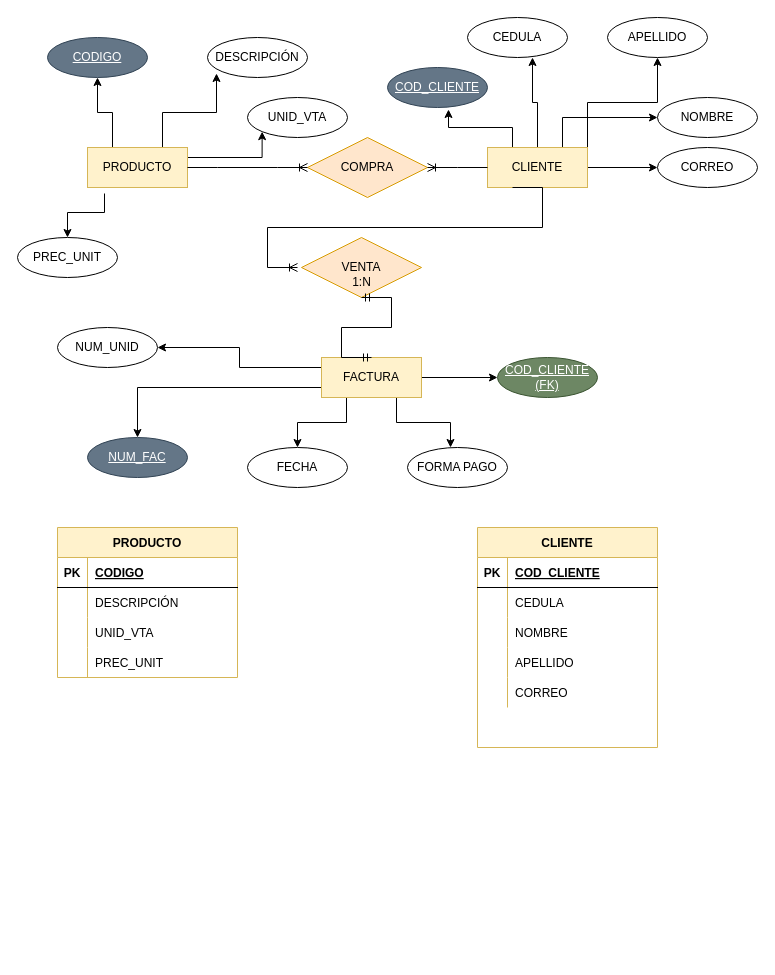
AOlmosPilares/Base-de-Datos keeps this draw.io diagram as Micromercado.drawio. Above is the earlier version. Source tidied: cells renumbered, new cells numbered last; positions are measured from the earlier drawing's top-left corner, leaving out a move shared by most shapes. Both pictures are drawn from the tidied source at 100%, with x=0, y=0 at pixel (17, 17).
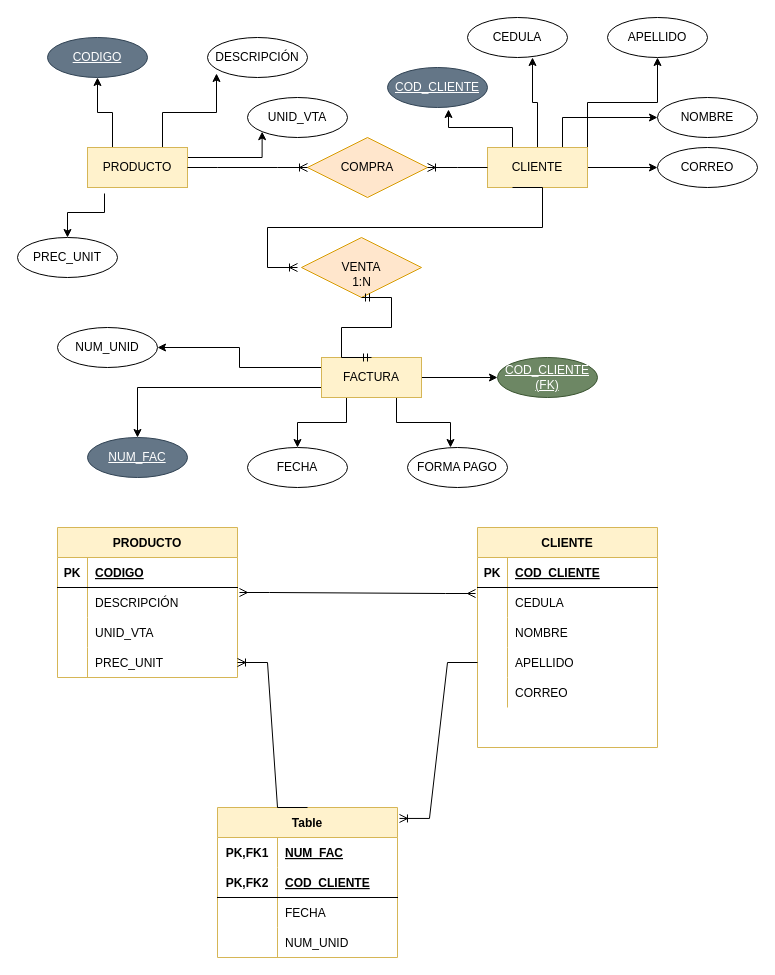
After the change.

Unchanged cells that the change refers to:
```xml
<mxCell id="44" style="shape=tableRow;horizontal=0;startSize=0;swimlaneHead=0;swimlaneBody=0;fillColor=none;points=[[0,0.5],[1,0.5]];portConstraint=eastwest;top=0;left=0;right=0;bottom=0;" parent="40" vertex="1">
  <mxGeometry y="60" width="180" height="30" as="geometry" />
</mxCell>
<mxCell id="50" style="shape=tableRow;horizontal=0;startSize=0;swimlaneHead=0;swimlaneBody=0;fillColor=none;points=[[0,0.5],[1,0.5]];portConstraint=eastwest;top=0;left=0;right=0;bottom=0;" parent="40" vertex="1">
  <mxGeometry y="120" width="180" height="30" as="geometry" />
</mxCell>
<mxCell id="57" style="shape=tableRow;horizontal=0;startSize=0;swimlaneHead=0;swimlaneBody=0;fillColor=none;points=[[0,0.5],[1,0.5]];portConstraint=eastwest;top=0;left=0;right=0;bottom=0;" parent="53" vertex="1">
  <mxGeometry y="60" width="180" height="30" as="geometry" />
</mxCell>
<mxCell id="63" style="shape=tableRow;horizontal=0;startSize=0;swimlaneHead=0;swimlaneBody=0;fillColor=none;points=[[0,0.5],[1,0.5]];portConstraint=eastwest;top=0;left=0;right=0;bottom=0;" parent="53" vertex="1">
  <mxGeometry y="120" width="180" height="30" as="geometry" />
</mxCell>
```

What changed in the source:
```diff
@@
+    <mxCell id="69" style="edgeStyle=entityRelationEdgeStyle;fontSize=12;html=1;endArrow=ERmany;startArrow=ERmany;rounded=0;exitX=1.011;exitY=0.167;exitDx=0;exitDy=0;exitPerimeter=0;entryX=-0.011;entryY=0.2;entryDx=0;entryDy=0;entryPerimeter=0;" parent="1" edge="1" source="44" target="57">
+      <mxGeometry relative="1" as="geometry" />
+    </mxCell>
+    <mxCell id="70" style="edgeStyle=entityRelationEdgeStyle;fontSize=12;html=1;endArrow=ERoneToMany;rounded=0;entryX=1.011;entryY=0.073;entryDx=0;entryDy=0;exitX=0;exitY=0.5;exitDx=0;exitDy=0;entryPerimeter=0;" parent="1" edge="1" source="63" target="71">
+      <mxGeometry relative="1" as="geometry" />
+    </mxCell>
+    <mxCell id="71" value="Table" style="shape=table;startSize=30;childLayout=tableLayout;rowLines=0;fontStyle=1;align=center;fillColor=#fff2cc;strokeColor=#d6b656;" parent="1" vertex="1">
+      <mxGeometry x="200" y="790" width="180" height="150" as="geometry" />
+    </mxCell>
+    <mxCell id="72" style="shape=tableRow;horizontal=0;startSize=0;swimlaneHead=0;swimlaneBody=0;fillColor=none;top=0;left=0;right=0;bottom=0;" parent="71" vertex="1">
+      <mxGeometry y="30" width="180" height="30" as="geometry" />
+    </mxCell>
+    <mxCell id="73" value="PK,FK1" style="shape=partialRectangle;fillColor=none;top=0;left=0;bottom=0;right=0;fontStyle=1;overflow=hidden;" parent="72" vertex="1">
+      <mxGeometry width="60" height="30" as="geometry" />
+    </mxCell>
+    <mxCell id="74" value="NUM_FAC" style="shape=partialRectangle;fillColor=none;top=0;left=0;bottom=0;right=0;align=left;spacingLeft=6;fontStyle=5;overflow=hidden;" parent="72" vertex="1">
+      <mxGeometry x="60" width="120" height="30" as="geometry" />
+    </mxCell>
+    <mxCell id="75" style="shape=tableRow;horizontal=0;startSize=0;swimlaneHead=0;swimlaneBody=0;fillColor=none;top=0;left=0;right=0;bottom=1;" parent="71" vertex="1">
+      <mxGeometry y="60" width="180" height="30" as="geometry" />
+    </mxCell>
+    <mxCell id="76" value="PK,FK2" style="shape=partialRectangle;fillColor=none;top=0;left=0;bottom=0;right=0;fontStyle=1;overflow=hidden;" parent="75" vertex="1">
+      <mxGeometry width="60" height="30" as="geometry" />
+    </mxCell>
+    <mxCell id="77" value="COD_CLIENTE" style="shape=partialRectangle;fillColor=none;top=0;left=0;bottom=0;right=0;align=left;spacingLeft=6;fontStyle=5;overflow=hidden;" parent="75" vertex="1">
+      <mxGeometry x="60" width="120" height="30" as="geometry" />
+    </mxCell>
+    <mxCell id="78" style="shape=tableRow;horizontal=0;startSize=0;swimlaneHead=0;swimlaneBody=0;fillColor=none;top=0;left=0;right=0;bottom=0;" parent="71" vertex="1">
+      <mxGeometry y="90" width="180" height="30" as="geometry" />
+    </mxCell>
+    <mxCell id="79" style="shape=partialRectangle;fillColor=none;top=0;left=0;bottom=0;right=0;overflow=hidden;" parent="78" vertex="1">
+      <mxGeometry width="60" height="30" as="geometry" />
+    </mxCell>
+    <mxCell id="80" value="FECHA" style="shape=partialRectangle;fillColor=none;top=0;left=0;bottom=0;right=0;align=left;spacingLeft=6;overflow=hidden;" parent="78" vertex="1">
+      <mxGeometry x="60" width="120" height="30" as="geometry" />
+    </mxCell>
+    <mxCell id="81" style="shape=tableRow;horizontal=0;startSize=0;swimlaneHead=0;swimlaneBody=0;fillColor=none;top=0;left=0;right=0;bottom=0;" parent="71" vertex="1">
+      <mxGeometry y="120" width="180" height="30" as="geometry" />
+    </mxCell>
+    <mxCell id="82" style="shape=partialRectangle;fillColor=none;top=0;left=0;bottom=0;right=0;overflow=hidden;" parent="81" vertex="1">
+      <mxGeometry width="60" height="30" as="geometry" />
+    </mxCell>
+    <mxCell id="83" value="NUM_UNID" style="shape=partialRectangle;fillColor=none;top=0;left=0;bottom=0;right=0;align=left;spacingLeft=6;overflow=hidden;" parent="81" vertex="1">
+      <mxGeometry x="60" width="120" height="30" as="geometry" />
+    </mxCell>
+    <mxCell id="84" style="edgeStyle=entityRelationEdgeStyle;fontSize=12;html=1;endArrow=ERoneToMany;rounded=0;entryX=1;entryY=0.5;entryDx=0;entryDy=0;exitX=0.5;exitY=0;exitDx=0;exitDy=0;" parent="1" edge="1" source="71" target="50">
+      <mxGeometry relative="1" as="geometry" />
+    </mxCell>
```
